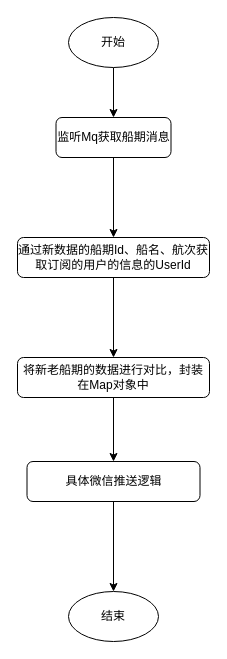
The draw.io diagram port-manager/船期微信推送.drawio in caixuecheng/track-drawio, before the edit. Source tidied: cells renumbered, new cells numbered last; positions are measured from the earlier drawing's top-left corner, leaving out a move shared by most shapes. Both pictures are drawn from the tidied source at 100%, with x=0, y=0 at pixel (17, 17).
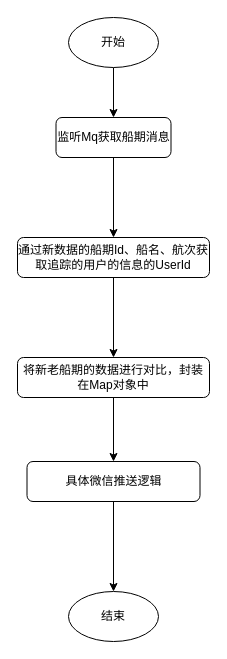
Above is the later version.

Commit message (it also covers changes not shown here):
更新船期微信推送.drawio

Change to the diagram source:
```diff
@@
 <mxGraphModel>
   <root>
     <mxCell id="0" />
     <mxCell id="1" parent="0" />
     <mxCell id="2" style="edgeStyle=orthogonalEdgeStyle;rounded=0;jettySize=auto;html=1;exitX=0.5;exitY=1;exitDx=0;exitDy=0;entryX=0.5;entryY=0;entryDx=0;entryDy=0;" parent="1" edge="1" source="3" target="5">
       <mxGeometry relative="1" as="geometry" />
     </mxCell>
     <mxCell id="3" value="开始" style="ellipse;whiteSpace=wrap;html=1;" parent="1" vertex="1">
       <mxGeometry x="51" width="90" height="50" as="geometry" />
     </mxCell>
     <mxCell id="4" style="edgeStyle=orthogonalEdgeStyle;rounded=0;jettySize=auto;html=1;" parent="1" edge="1" source="5" target="7">
       <mxGeometry relative="1" as="geometry" />
     </mxCell>
     <mxCell id="5" value="监听Mq获取船期消息" style="rounded=1;whiteSpace=wrap;html=1;" parent="1" vertex="1">
       <mxGeometry x="38.5" y="100" width="115" height="40" as="geometry" />
     </mxCell>
     <mxCell id="6" style="edgeStyle=orthogonalEdgeStyle;rounded=0;jettySize=auto;html=1;" parent="1" edge="1" source="7" target="9">
       <mxGeometry relative="1" as="geometry" />
     </mxCell>
-    <mxCell id="7" value="通过新数据的船期Id、船名、航次获取订阅的用户的信息的UserId" style="rounded=1;whiteSpace=wrap;html=1;" parent="1" vertex="1">
+    <mxCell id="7" value="通过新数据的船期Id、船名、航次获取追踪的用户的信息的UserId" style="rounded=1;whiteSpace=wrap;html=1;" parent="1" vertex="1">
       <mxGeometry y="220" width="192" height="40" as="geometry" />
     </mxCell>
     <mxCell id="8" style="edgeStyle=orthogonalEdgeStyle;rounded=0;jettySize=auto;html=1;exitX=0.5;exitY=1;exitDx=0;exitDy=0;entryX=0.5;entryY=0;entryDx=0;entryDy=0;" parent="1" edge="1" source="9" target="11">
       <mxGeometry relative="1" as="geometry" />
     </mxCell>
     <mxCell id="9" value="将新老船期的数据进行对比，封装在Map对象中" style="rounded=1;whiteSpace=wrap;html=1;" parent="1" vertex="1">
       <mxGeometry y="340" width="192" height="40" as="geometry" />
     </mxCell>
     <mxCell id="10" style="edgeStyle=orthogonalEdgeStyle;rounded=0;jettySize=auto;html=1;exitX=0.5;exitY=1;exitDx=0;exitDy=0;entryX=0.5;entryY=0;entryDx=0;entryDy=0;" parent="1" edge="1" source="11" target="12">
       <mxGeometry relative="1" as="geometry" />
     </mxCell>
     <mxCell id="11" value="具体微信推送逻辑" style="rounded=1;whiteSpace=wrap;html=1;" parent="1" vertex="1">
       <mxGeometry x="9.5" y="444" width="173" height="40" as="geometry" />
     </mxCell>
     <mxCell id="12" value="结束" style="ellipse;whiteSpace=wrap;html=1;" parent="1" vertex="1">
       <mxGeometry x="51" y="574" width="90" height="50" as="geometry" />
     </mxCell>
   </root>
 </mxGraphModel>
```
